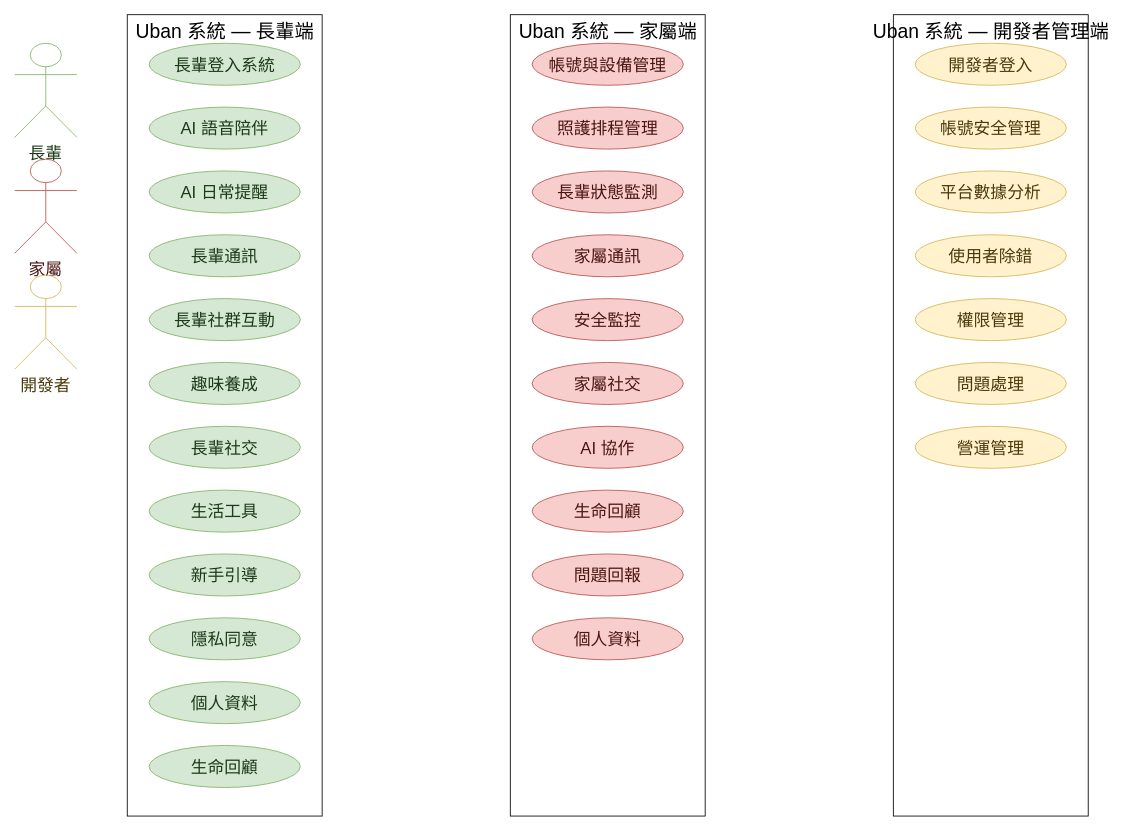
Before: Uban System Documents/drawio圖/D521-使用個案-總覽.drawio in HuangYu-Kai/Uban, a draw.io diagram. Source tidied: cells renumbered, new cells numbered last; positions are measured from the earlier drawing's top-left corner, leaving out a move shared by most shapes. Both pictures are drawn from the tidied source at 84%, with x=0, y=0 at pixel (14, 14).
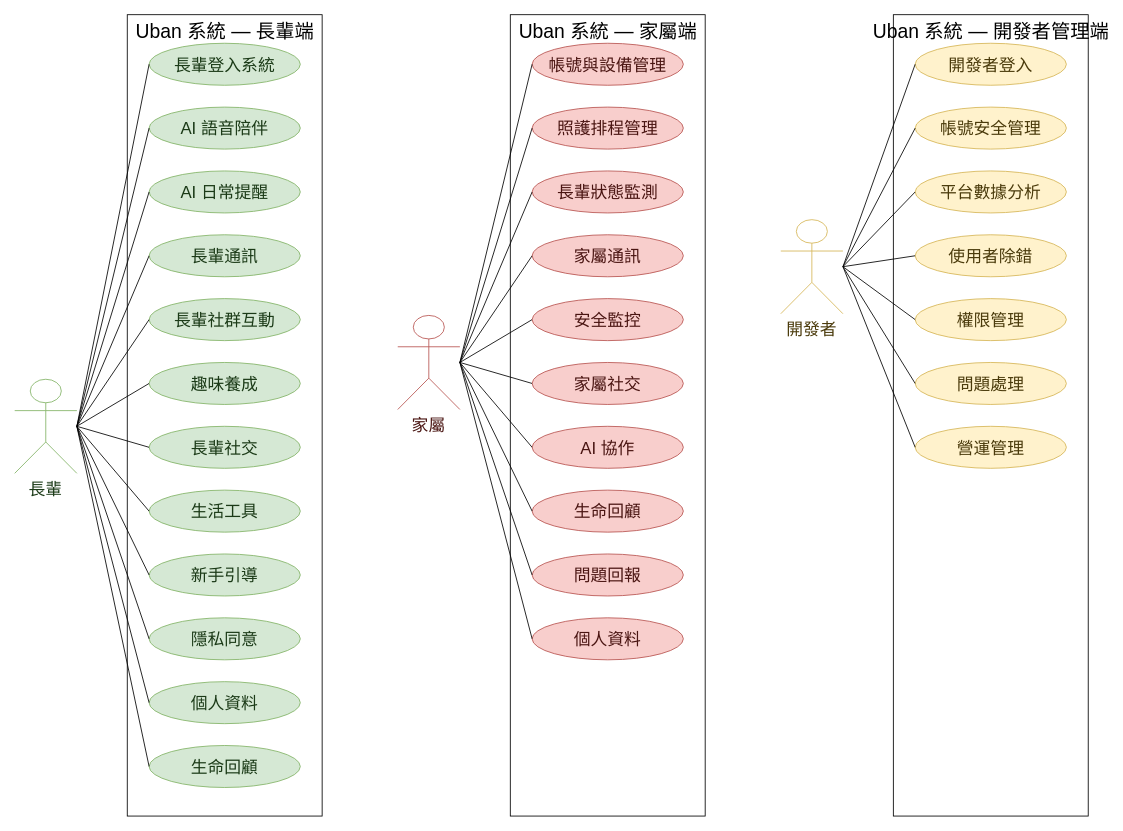
After the change.

The change refers to these unchanged cells:
```xml
<mxCell id="8" value="長輩登入系統" style="ellipse;html=1;fontSize=20;fillColor=#D5E8D4;strokeColor=#82B366;fontColor=#1B3A17;whiteSpace=wrap;" parent="1" vertex="1">
<mxCell id="9" value="AI 語音陪伴" style="ellipse;html=1;fontSize=20;fillColor=#D5E8D4;strokeColor=#82B366;fontColor=#1B3A17;whiteSpace=wrap;" parent="1" vertex="1">
<mxCell id="10" value="AI 日常提醒" style="ellipse;html=1;fontSize=20;fillColor=#D5E8D4;strokeColor=#82B366;fontColor=#1B3A17;whiteSpace=wrap;" parent="1" vertex="1">
<mxCell id="11" value="長輩通訊" style="ellipse;html=1;fontSize=20;fillColor=#D5E8D4;strokeColor=#82B366;fontColor=#1B3A17;whiteSpace=wrap;" parent="1" vertex="1">
<mxCell id="12" value="長輩社群互動" style="ellipse;html=1;fontSize=20;fillColor=#D5E8D4;strokeColor=#82B366;fontColor=#1B3A17;whiteSpace=wrap;" parent="1" vertex="1">
<mxCell id="13" value="趣味養成" style="ellipse;html=1;fontSize=20;fillColor=#D5E8D4;strokeColor=#82B366;fontColor=#1B3A17;whiteSpace=wrap;" parent="1" vertex="1">
<mxCell id="14" value="長輩社交" style="ellipse;html=1;fontSize=20;fillColor=#D5E8D4;strokeColor=#82B366;fontColor=#1B3A17;whiteSpace=wrap;" parent="1" vertex="1">
<mxCell id="15" value="生活工具" style="ellipse;html=1;fontSize=20;fillColor=#D5E8D4;strokeColor=#82B366;fontColor=#1B3A17;whiteSpace=wrap;" parent="1" vertex="1">
<mxCell id="16" value="新手引導" style="ellipse;html=1;fontSize=20;fillColor=#D5E8D4;strokeColor=#82B366;fontColor=#1B3A17;whiteSpace=wrap;" parent="1" vertex="1">
<mxCell id="17" value="隱私同意" style="ellipse;html=1;fontSize=20;fillColor=#D5E8D4;strokeColor=#82B366;fontColor=#1B3A17;whiteSpace=wrap;" parent="1" vertex="1">
<mxCell id="18" value="個人資料" style="ellipse;html=1;fontSize=20;fillColor=#D5E8D4;strokeColor=#82B366;fontColor=#1B3A17;whiteSpace=wrap;" parent="1" vertex="1">
<mxCell id="19" value="生命回顧" style="ellipse;html=1;fontSize=20;fillColor=#D5E8D4;strokeColor=#82B366;fontColor=#1B3A17;whiteSpace=wrap;" parent="1" vertex="1">
<mxCell id="20" value="帳號與設備管理" style="ellipse;html=1;fontSize=20;fillColor=#F8CECC;strokeColor=#B85450;fontColor=#4A1512;whiteSpace=wrap;" parent="1" vertex="1">
<mxCell id="21" value="照護排程管理" style="ellipse;html=1;fontSize=20;fillColor=#F8CECC;strokeColor=#B85450;fontColor=#4A1512;whiteSpace=wrap;" parent="1" vertex="1">
<mxCell id="22" value="長輩狀態監測" style="ellipse;html=1;fontSize=20;fillColor=#F8CECC;strokeColor=#B85450;fontColor=#4A1512;whiteSpace=wrap;" parent="1" vertex="1">
<mxCell id="23" value="家屬通訊" style="ellipse;html=1;fontSize=20;fillColor=#F8CECC;strokeColor=#B85450;fontColor=#4A1512;whiteSpace=wrap;" parent="1" vertex="1">
<mxCell id="24" value="安全監控" style="ellipse;html=1;fontSize=20;fillColor=#F8CECC;strokeColor=#B85450;fontColor=#4A1512;whiteSpace=wrap;" parent="1" vertex="1">
<mxCell id="25" value="家屬社交" style="ellipse;html=1;fontSize=20;fillColor=#F8CECC;strokeColor=#B85450;fontColor=#4A1512;whiteSpace=wrap;" parent="1" vertex="1">
<mxCell id="26" value="AI 協作" style="ellipse;html=1;fontSize=20;fillColor=#F8CECC;strokeColor=#B85450;fontColor=#4A1512;whiteSpace=wrap;" parent="1" vertex="1">
<mxCell id="27" value="生命回顧" style="ellipse;html=1;fontSize=20;fillColor=#F8CECC;strokeColor=#B85450;fontColor=#4A1512;whiteSpace=wrap;" parent="1" vertex="1">
<mxCell id="28" value="問題回報" style="ellipse;html=1;fontSize=20;fillColor=#F8CECC;strokeColor=#B85450;fontColor=#4A1512;whiteSpace=wrap;" parent="1" vertex="1">
<mxCell id="29" value="個人資料" style="ellipse;html=1;fontSize=20;fillColor=#F8CECC;strokeColor=#B85450;fontColor=#4A1512;whiteSpace=wrap;" parent="1" vertex="1">
<mxCell id="30" value="開發者登入" style="ellipse;html=1;fontSize=20;fillColor=#FFF2CC;strokeColor=#D6B656;fontColor=#4A3A0B;whiteSpace=wrap;" parent="1" vertex="1">
<mxCell id="31" value="帳號安全管理" style="ellipse;html=1;fontSize=20;fillColor=#FFF2CC;strokeColor=#D6B656;fontColor=#4A3A0B;whiteSpace=wrap;" parent="1" vertex="1">
<mxCell id="32" value="平台數據分析" style="ellipse;html=1;fontSize=20;fillColor=#FFF2CC;strokeColor=#D6B656;fontColor=#4A3A0B;whiteSpace=wrap;" parent="1" vertex="1">
<mxCell id="33" value="使用者除錯" style="ellipse;html=1;fontSize=20;fillColor=#FFF2CC;strokeColor=#D6B656;fontColor=#4A3A0B;whiteSpace=wrap;" parent="1" vertex="1">
<mxCell id="34" value="權限管理" style="ellipse;html=1;fontSize=20;fillColor=#FFF2CC;strokeColor=#D6B656;fontColor=#4A3A0B;whiteSpace=wrap;" parent="1" vertex="1">
<mxCell id="35" value="問題處理" style="ellipse;html=1;fontSize=20;fillColor=#FFF2CC;strokeColor=#D6B656;fontColor=#4A3A0B;whiteSpace=wrap;" parent="1" vertex="1">
<mxCell id="36" value="營運管理" style="ellipse;html=1;fontSize=20;fillColor=#FFF2CC;strokeColor=#D6B656;fontColor=#4A3A0B;whiteSpace=wrap;" parent="1" vertex="1">
```

Diff of the diagram source:
```diff
@@
     <mxCell id="5" value="長輩" style="shape=umlActor;verticalLabelPosition=bottom;verticalAlign=top;html=1;fontSize=20;fillColor=#D5E8D4;strokeColor=#82B366;fontColor=#1B3A17;whiteSpace=wrap;fillColor=none;" parent="1" vertex="1">
-      <mxGeometry y="34" width="74" height="112" as="geometry" />
+      <mxGeometry y="434" width="74" height="112" as="geometry" />
     </mxCell>
     <mxCell id="6" value="家屬" style="shape=umlActor;verticalLabelPosition=bottom;verticalAlign=top;html=1;fontSize=20;fillColor=#F8CECC;strokeColor=#B85450;fontColor=#4A1512;whiteSpace=wrap;fillColor=none;" parent="1" vertex="1">
-      <mxGeometry y="172" width="74" height="112" as="geometry" />
+      <mxGeometry x="456" y="358" width="74" height="112" as="geometry" />
     </mxCell>
     <mxCell id="7" value="開發者" style="shape=umlActor;verticalLabelPosition=bottom;verticalAlign=top;html=1;fontSize=20;fillColor=#FFF2CC;strokeColor=#D6B656;fontColor=#4A3A0B;whiteSpace=wrap;fillColor=none;" parent="1" vertex="1">
-      <mxGeometry y="310" width="74" height="112" as="geometry" />
+      <mxGeometry x="912" y="244" width="74" height="112" as="geometry" />
     </mxCell>
@@
+    <mxCell id="37" style="edgeStyle=none;rounded=0;html=1;endArrow=none;strokeColor=#000000;exitX=1;exitY=0.5;entryX=0;entryY=0.5;exitPerimeter=0;entryPerimeter=0;" parent="1" edge="1" source="5" target="8">
+      <mxGeometry relative="1" as="geometry" />
+    </mxCell>
+    <mxCell id="38" style="edgeStyle=none;rounded=0;html=1;endArrow=none;strokeColor=#000000;exitX=1;exitY=0.5;entryX=0;entryY=0.5;exitPerimeter=0;entryPerimeter=0;" parent="1" edge="1" source="5" target="9">
+      <mxGeometry relative="1" as="geometry" />
+    </mxCell>
+    <mxCell id="39" style="edgeStyle=none;rounded=0;html=1;endArrow=none;strokeColor=#000000;exitX=1;exitY=0.5;entryX=0;entryY=0.5;exitPerimeter=0;entryPerimeter=0;" parent="1" edge="1" source="5" target="10">
+      <mxGeometry relative="1" as="geometry" />
+    </mxCell>
+    <mxCell id="40" style="edgeStyle=none;rounded=0;html=1;endArrow=none;strokeColor=#000000;exitX=1;exitY=0.5;entryX=0;entryY=0.5;exitPerimeter=0;entryPerimeter=0;" parent="1" edge="1" source="5" target="11">
+      <mxGeometry relative="1" as="geometry" />
+    </mxCell>
+    <mxCell id="41" style="edgeStyle=none;rounded=0;html=1;endArrow=none;strokeColor=#000000;exitX=1;exitY=0.5;entryX=0;entryY=0.5;exitPerimeter=0;entryPerimeter=0;" parent="1" edge="1" source="5" target="12">
+      <mxGeometry relative="1" as="geometry" />
+    </mxCell>
+    <mxCell id="42" style="edgeStyle=none;rounded=0;html=1;endArrow=none;strokeColor=#000000;exitX=1;exitY=0.5;entryX=0;entryY=0.5;exitPerimeter=0;entryPerimeter=0;" parent="1" edge="1" source="5" target="13">
+      <mxGeometry relative="1" as="geometry" />
+    </mxCell>
+    <mxCell id="43" style="edgeStyle=none;rounded=0;html=1;endArrow=none;strokeColor=#000000;exitX=1;exitY=0.5;entryX=0;entryY=0.5;exitPerimeter=0;entryPerimeter=0;" parent="1" edge="1" source="5" target="14">
+      <mxGeometry relative="1" as="geometry" />
+    </mxCell>
+    <mxCell id="44" style="edgeStyle=none;rounded=0;html=1;endArrow=none;strokeColor=#000000;exitX=1;exitY=0.5;entryX=0;entryY=0.5;exitPerimeter=0;entryPerimeter=0;" parent="1" edge="1" source="5" target="15">
+      <mxGeometry relative="1" as="geometry" />
+    </mxCell>
+    <mxCell id="45" style="edgeStyle=none;rounded=0;html=1;endArrow=none;strokeColor=#000000;exitX=1;exitY=0.5;entryX=0;entryY=0.5;exitPerimeter=0;entryPerimeter=0;" parent="1" edge="1" source="5" target="16">
+      <mxGeometry relative="1" as="geometry" />
+    </mxCell>
+    <mxCell id="46" style="edgeStyle=none;rounded=0;html=1;endArrow=none;strokeColor=#000000;exitX=1;exitY=0.5;entryX=0;entryY=0.5;exitPerimeter=0;entryPerimeter=0;" parent="1" edge="1" source="5" target="17">
+      <mxGeometry relative="1" as="geometry" />
+    </mxCell>
+    <mxCell id="47" style="edgeStyle=none;rounded=0;html=1;endArrow=none;strokeColor=#000000;exitX=1;exitY=0.5;entryX=0;entryY=0.5;exitPerimeter=0;entryPerimeter=0;" parent="1" edge="1" source="5" target="18">
+      <mxGeometry relative="1" as="geometry" />
+    </mxCell>
+    <mxCell id="48" style="edgeStyle=none;rounded=0;html=1;endArrow=none;strokeColor=#000000;exitX=1;exitY=0.5;entryX=0;entryY=0.5;exitPerimeter=0;entryPerimeter=0;" parent="1" edge="1" source="5" target="19">
+      <mxGeometry relative="1" as="geometry" />
+    </mxCell>
+    <mxCell id="49" style="edgeStyle=none;rounded=0;html=1;endArrow=none;strokeColor=#000000;exitX=1;exitY=0.5;entryX=0;entryY=0.5;exitPerimeter=0;entryPerimeter=0;" parent="1" edge="1" source="6" target="20">
+      <mxGeometry relative="1" as="geometry" />
+    </mxCell>
+    <mxCell id="50" style="edgeStyle=none;rounded=0;html=1;endArrow=none;strokeColor=#000000;exitX=1;exitY=0.5;entryX=0;entryY=0.5;exitPerimeter=0;entryPerimeter=0;" parent="1" edge="1" source="6" target="21">
+      <mxGeometry relative="1" as="geometry" />
+    </mxCell>
+    <mxCell id="51" style="edgeStyle=none;rounded=0;html=1;endArrow=none;strokeColor=#000000;exitX=1;exitY=0.5;entryX=0;entryY=0.5;exitPerimeter=0;entryPerimeter=0;" parent="1" edge="1" source="6" target="22">
+      <mxGeometry relative="1" as="geometry" />
+    </mxCell>
+    <mxCell id="52" style="edgeStyle=none;rounded=0;html=1;endArrow=none;strokeColor=#000000;exitX=1;exitY=0.5;entryX=0;entryY=0.5;exitPerimeter=0;entryPerimeter=0;" parent="1" edge="1" source="6" target="23">
+      <mxGeometry relative="1" as="geometry" />
+    </mxCell>
+    <mxCell id="53" style="edgeStyle=none;rounded=0;html=1;endArrow=none;strokeColor=#000000;exitX=1;exitY=0.5;entryX=0;entryY=0.5;exitPerimeter=0;entryPerimeter=0;" parent="1" edge="1" source="6" target="24">
+      <mxGeometry relative="1" as="geometry" />
+    </mxCell>
+    <mxCell id="54" style="edgeStyle=none;rounded=0;html=1;endArrow=none;strokeColor=#000000;exitX=1;exitY=0.5;entryX=0;entryY=0.5;exitPerimeter=0;entryPerimeter=0;" parent="1" edge="1" source="6" target="25">
+      <mxGeometry relative="1" as="geometry" />
+    </mxCell>
+    <mxCell id="55" style="edgeStyle=none;rounded=0;html=1;endArrow=none;strokeColor=#000000;exitX=1;exitY=0.5;entryX=0;entryY=0.5;exitPerimeter=0;entryPerimeter=0;" parent="1" edge="1" source="6" target="26">
+      <mxGeometry relative="1" as="geometry" />
+    </mxCell>
+    <mxCell id="56" style="edgeStyle=none;rounded=0;html=1;endArrow=none;strokeColor=#000000;exitX=1;exitY=0.5;entryX=0;entryY=0.5;exitPerimeter=0;entryPerimeter=0;" parent="1" edge="1" source="6" target="27">
+      <mxGeometry relative="1" as="geometry" />
+    </mxCell>
+    <mxCell id="57" style="edgeStyle=none;rounded=0;html=1;endArrow=none;strokeColor=#000000;exitX=1;exitY=0.5;entryX=0;entryY=0.5;exitPerimeter=0;entryPerimeter=0;" parent="1" edge="1" source="6" target="28">
+      <mxGeometry relative="1" as="geometry" />
+    </mxCell>
+    <mxCell id="58" style="edgeStyle=none;rounded=0;html=1;endArrow=none;strokeColor=#000000;exitX=1;exitY=0.5;entryX=0;entryY=0.5;exitPerimeter=0;entryPerimeter=0;" parent="1" edge="1" source="6" target="29">
+      <mxGeometry relative="1" as="geometry" />
+    </mxCell>
+    <mxCell id="59" style="edgeStyle=none;rounded=0;html=1;endArrow=none;strokeColor=#000000;exitX=1;exitY=0.5;entryX=0;entryY=0.5;exitPerimeter=0;entryPerimeter=0;" parent="1" edge="1" source="7" target="30">
+      <mxGeometry relative="1" as="geometry" />
+    </mxCell>
+    <mxCell id="60" style="edgeStyle=none;rounded=0;html=1;endArrow=none;strokeColor=#000000;exitX=1;exitY=0.5;entryX=0;entryY=0.5;exitPerimeter=0;entryPerimeter=0;" parent="1" edge="1" source="7" target="31">
+      <mxGeometry relative="1" as="geometry" />
+    </mxCell>
+    <mxCell id="61" style="edgeStyle=none;rounded=0;html=1;endArrow=none;strokeColor=#000000;exitX=1;exitY=0.5;entryX=0;entryY=0.5;exitPerimeter=0;entryPerimeter=0;" parent="1" edge="1" source="7" target="32">
+      <mxGeometry relative="1" as="geometry" />
+    </mxCell>
+    <mxCell id="62" style="edgeStyle=none;rounded=0;html=1;endArrow=none;strokeColor=#000000;exitX=1;exitY=0.5;entryX=0;entryY=0.5;exitPerimeter=0;entryPerimeter=0;" parent="1" edge="1" source="7" target="33">
+      <mxGeometry relative="1" as="geometry" />
+    </mxCell>
+    <mxCell id="63" style="edgeStyle=none;rounded=0;html=1;endArrow=none;strokeColor=#000000;exitX=1;exitY=0.5;entryX=0;entryY=0.5;exitPerimeter=0;entryPerimeter=0;" parent="1" edge="1" source="7" target="34">
+      <mxGeometry relative="1" as="geometry" />
+    </mxCell>
+    <mxCell id="64" style="edgeStyle=none;rounded=0;html=1;endArrow=none;strokeColor=#000000;exitX=1;exitY=0.5;entryX=0;entryY=0.5;exitPerimeter=0;entryPerimeter=0;" parent="1" edge="1" source="7" target="35">
+      <mxGeometry relative="1" as="geometry" />
+    </mxCell>
+    <mxCell id="65" style="edgeStyle=none;rounded=0;html=1;endArrow=none;strokeColor=#000000;exitX=1;exitY=0.5;entryX=0;entryY=0.5;exitPerimeter=0;entryPerimeter=0;" parent="1" edge="1" source="7" target="36">
+      <mxGeometry relative="1" as="geometry" />
+    </mxCell>
```
